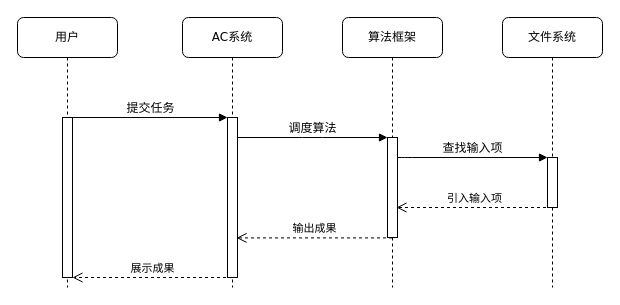
Before: AC-流程设计.drawio in kaifeiji/draw.io, a draw.io diagram. Source tidied: cells renumbered, new cells numbered last; positions are measured from the earlier drawing's top-left corner, leaving out a move shared by most shapes. Both pictures are drawn from the tidied source at 100%, with x=0, y=0 at pixel (17, 17).
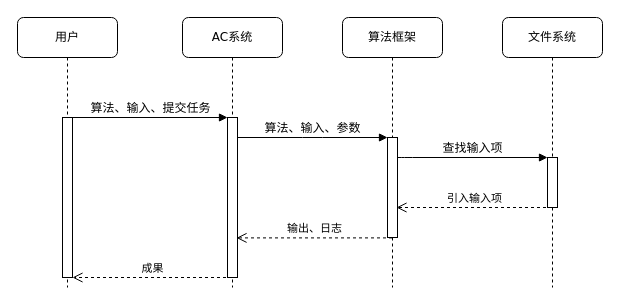
Above is the later version.

Unchanged cells that the change refers to:
```xml
<mxCell id="3" style="html=1;points=[];perimeter=orthogonalPerimeter;rounded=0;shadow=0;comic=0;labelBackgroundColor=none;strokeWidth=1;fontFamily=Verdana;fontSize=12;align=center;" parent="2" vertex="1">
  <mxGeometry x="45" y="100" width="10" height="160" as="geometry" />
</mxCell>
<mxCell id="5" style="html=1;points=[];perimeter=orthogonalPerimeter;rounded=0;shadow=0;comic=0;labelBackgroundColor=none;strokeWidth=1;fontFamily=Verdana;fontSize=12;align=center;" parent="4" vertex="1">
  <mxGeometry x="45" y="120" width="10" height="100" as="geometry" />
</mxCell>
<mxCell id="8" style="html=1;points=[];perimeter=orthogonalPerimeter;rounded=0;shadow=0;comic=0;labelBackgroundColor=none;strokeWidth=1;fontFamily=Verdana;fontSize=12;align=center;" parent="7" vertex="1">
  <mxGeometry x="45" y="100" width="10" height="160" as="geometry" />
</mxCell>
```

Change to the diagram source:
```diff
@@
-    <mxCell id="11" value="提交任务" style="html=1;verticalAlign=bottom;endArrow=block;entryX=0;entryY=0;labelBackgroundColor=none;fontFamily=Verdana;fontSize=12;edgeStyle=elbowEdgeStyle;elbow=vertical;" parent="1" edge="1" source="8" target="3">
+    <mxCell id="11" value="算法、输入、提交任务" style="html=1;verticalAlign=bottom;endArrow=block;entryX=0;entryY=0;labelBackgroundColor=none;fontFamily=Verdana;fontSize=12;edgeStyle=elbowEdgeStyle;elbow=vertical;" parent="1" edge="1" source="8" target="3">
       <mxGeometry relative="1" as="geometry" />
     </mxCell>
-    <mxCell id="12" value="调度算法" style="html=1;verticalAlign=bottom;endArrow=block;entryX=0;entryY=0;labelBackgroundColor=none;fontFamily=Verdana;fontSize=12;edgeStyle=elbowEdgeStyle;elbow=vertical;" parent="1" edge="1" source="3" target="5">
+    <mxCell id="12" value="算法、输入、参数" style="html=1;verticalAlign=bottom;endArrow=block;entryX=0;entryY=0;labelBackgroundColor=none;fontFamily=Verdana;fontSize=12;edgeStyle=elbowEdgeStyle;elbow=vertical;" parent="1" edge="1" source="3" target="5">
       <mxGeometry relative="1" as="geometry" />
     </mxCell>
@@
-    <mxCell id="14" value="输出成果" style="html=1;verticalAlign=bottom;endArrow=open;dashed=1;endSize=8;rounded=0;entryX=0.9;entryY=0.784;entryDx=0;entryDy=0;entryPerimeter=0;" parent="1" edge="1">
+    <mxCell id="14" value="输出、日志" style="html=1;verticalAlign=bottom;endArrow=open;dashed=1;endSize=8;rounded=0;entryX=0.9;entryY=0.784;entryDx=0;entryDy=0;entryPerimeter=0;" parent="1" edge="1">
       <mxGeometry relative="1" as="geometry">
         <mxPoint x="374.5" y="220.4" as="sourcePoint" />
         <mxPoint x="219" y="220.4" as="targetPoint" />
       </mxGeometry>
     </mxCell>
-    <mxCell id="15" value="展示成果" style="html=1;verticalAlign=bottom;endArrow=open;dashed=1;endSize=8;rounded=0;" parent="1" edge="1">
+    <mxCell id="15" value="成果" style="html=1;verticalAlign=bottom;endArrow=open;dashed=1;endSize=8;rounded=0;" parent="1" edge="1">
       <mxGeometry relative="1" as="geometry">
         <mxPoint x="214.5" y="260" as="sourcePoint" />
         <mxPoint x="55" y="260" as="targetPoint" />
       </mxGeometry>
     </mxCell>
```
